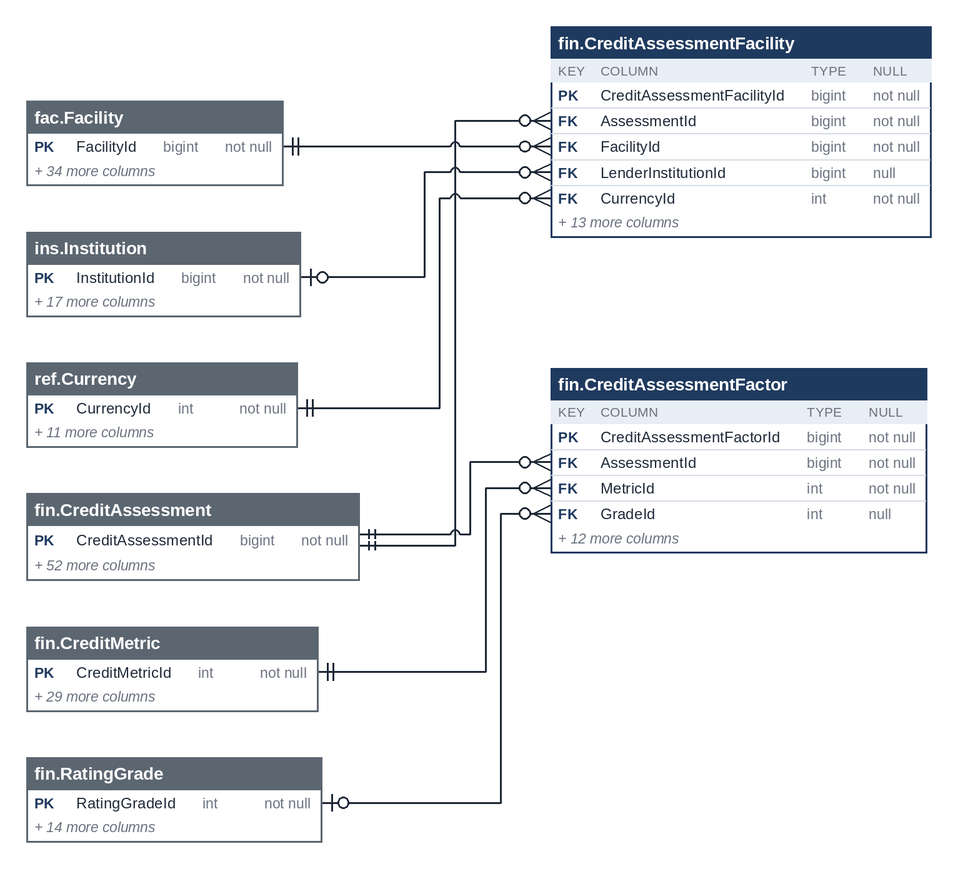
Before: treasury-platform/docs/diagrams/erd-en/m5_financials_6.png, a diagram exported from Mermaid (thawrasy/smartlines). Its source is kept beside it as treasury-platform/docs/diagrams/erd/m5_financials_6.mmd. Source of this version:
```mermaid
erDiagram
  fin_CreditRemedyTrigger["fin.CreditRemedyTrigger"] {
    int CreditRemedyTriggerId PK
    int RemedyId FK
  }
  fin_CreditText["fin.CreditText"] {
    int CreditTextId PK
  }
  fin_FinancialStatement["fin.FinancialStatement"] {
    bigint FinancialStatementId PK
    bigint CompanyId FK
    int CurrencyId FK
    bigint PreparedBy FK
    bigint ApprovedBy FK
  }
  fin_IndustryProfile["fin.IndustryProfile"] {
    int IndustryProfileId PK
    int IndustryId FK
    int ExpectedBestGradeId FK
    int ExpectedTypicalGradeId FK
    int ExpectedWorstGradeId FK
    int CeilingGradeId FK
  }
```
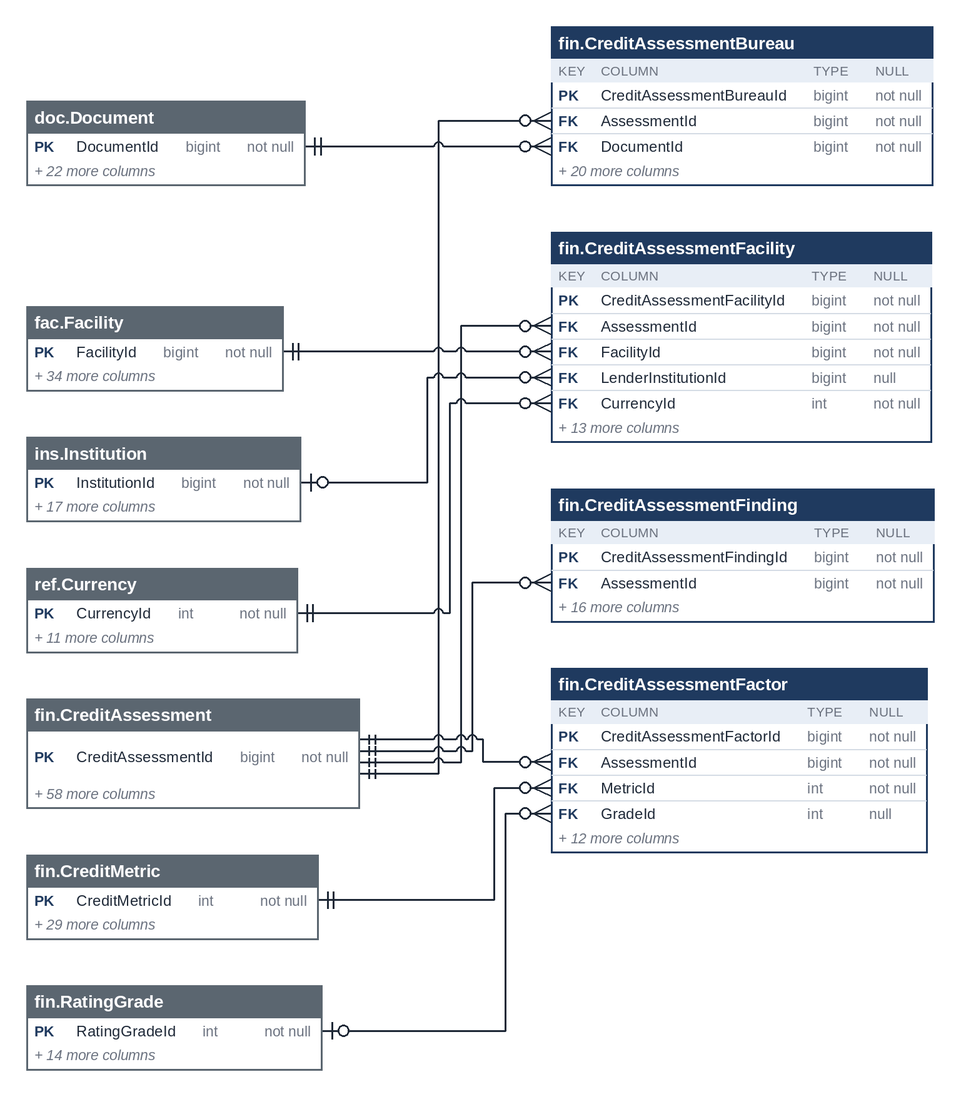
Above is the later version.

The edit, as a diff of the source:
```diff
@@ -1,4 +1,11 @@
 erDiagram
+  fin_CreditRemedy["fin.CreditRemedy"] {
+    int CreditRemedyId PK
+  }
+  fin_CreditRemedyStep["fin.CreditRemedyStep"] {
+    int CreditRemedyStepId PK
+    int RemedyId FK
+  }
   fin_CreditRemedyTrigger["fin.CreditRemedyTrigger"] {
     int CreditRemedyTriggerId PK
     int RemedyId FK
@@ -6,18 +13,5 @@
   fin_CreditText["fin.CreditText"] {
     int CreditTextId PK
   }
-  fin_FinancialStatement["fin.FinancialStatement"] {
-    bigint FinancialStatementId PK
-    bigint CompanyId FK
-    int CurrencyId FK
-    bigint PreparedBy FK
-    bigint ApprovedBy FK
-  }
-  fin_IndustryProfile["fin.IndustryProfile"] {
-    int IndustryProfileId PK
-    int IndustryId FK
-    int ExpectedBestGradeId FK
-    int ExpectedTypicalGradeId FK
-    int ExpectedWorstGradeId FK
-    int CeilingGradeId FK
-  }
+  fin_CreditRemedy ||--o{ fin_CreditRemedyStep : "RemedyId"
+  fin_CreditRemedy ||--o{ fin_CreditRemedyTrigger : "RemedyId"
```
